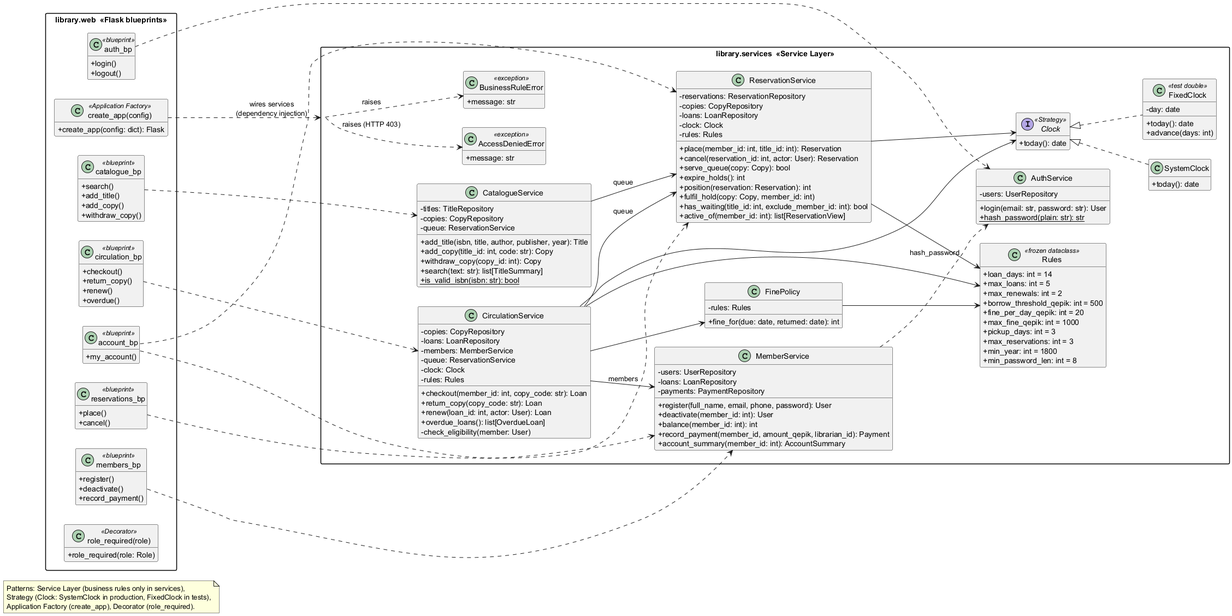
The PlantUML diagram docs/models/img/design-class-logic.png in imnvrml/library-management-system, before a commit.
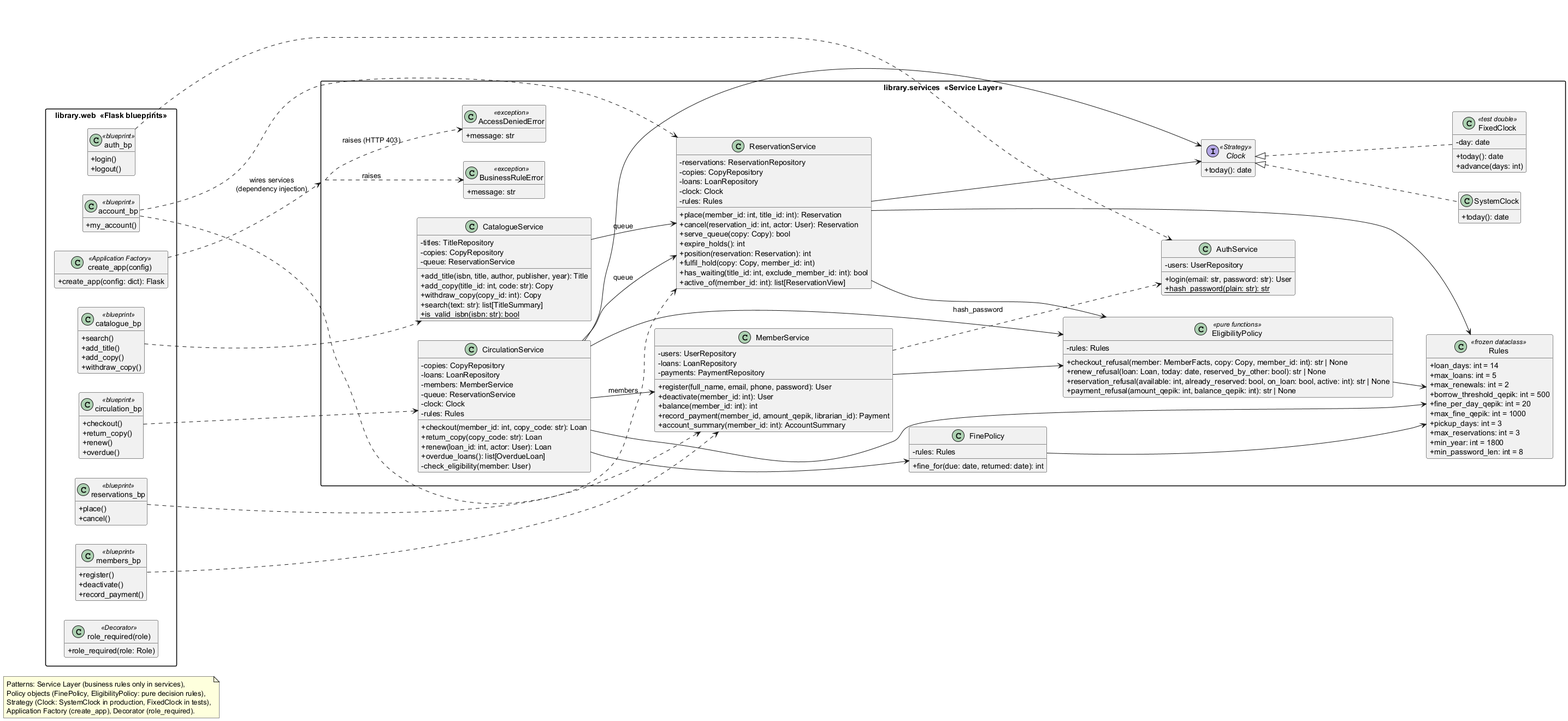
Above is the later version.

Commit message:
docs(models): v1.1 - extract pure EligibilityPolicy so decision rules are unit-testable

What changed in the source:
```diff
@@ -100,6 +100,13 @@
     -rules: Rules
     +fine_for(due: date, returned: date): int
   }
+  class EligibilityPolicy <<pure functions>> {
+    -rules: Rules
+    +checkout_refusal(member: MemberFacts, copy: Copy, member_id: int): str | None
+    +renew_refusal(loan: Loan, today: date, reserved_by_other: bool): str | None
+    +reservation_refusal(available: int, already_reserved: bool, on_loan: bool, active: int): str | None
+    +payment_refusal(amount_qepik: int, balance_qepik: int): str | None
+  }
   class Rules <<frozen dataclass>> {
     +loan_days: int = 14
     +max_loans: int = 5
@@ -144,6 +151,10 @@
 CirculationService --> MemberService : members
 CirculationService --> ReservationService : queue
 CirculationService --> FinePolicy
+CirculationService --> EligibilityPolicy
+ReservationService --> EligibilityPolicy
+MemberService --> EligibilityPolicy
+EligibilityPolicy --> Rules
 CirculationService --> Clock
 ReservationService --> Clock
 FinePolicy --> Rules
@@ -155,5 +166,5 @@
 svc ..> AccessDeniedError : raises (HTTP 403)
 MemberService ..> AuthService : hash_password
 
-note "Patterns: Service Layer (business rules only in services),\nStrategy (Clock: SystemClock in production, FixedClock in tests),\nApplication Factory (create_app), Decorator (role_required)." as N1
+note "Patterns: Service Layer (business rules only in services),\nPolicy objects (FinePolicy, EligibilityPolicy: pure decision rules),\nStrategy (Clock: SystemClock in production, FixedClock in tests),\nApplication Factory (create_app), Decorator (role_required)." as N1
 @enduml
```
